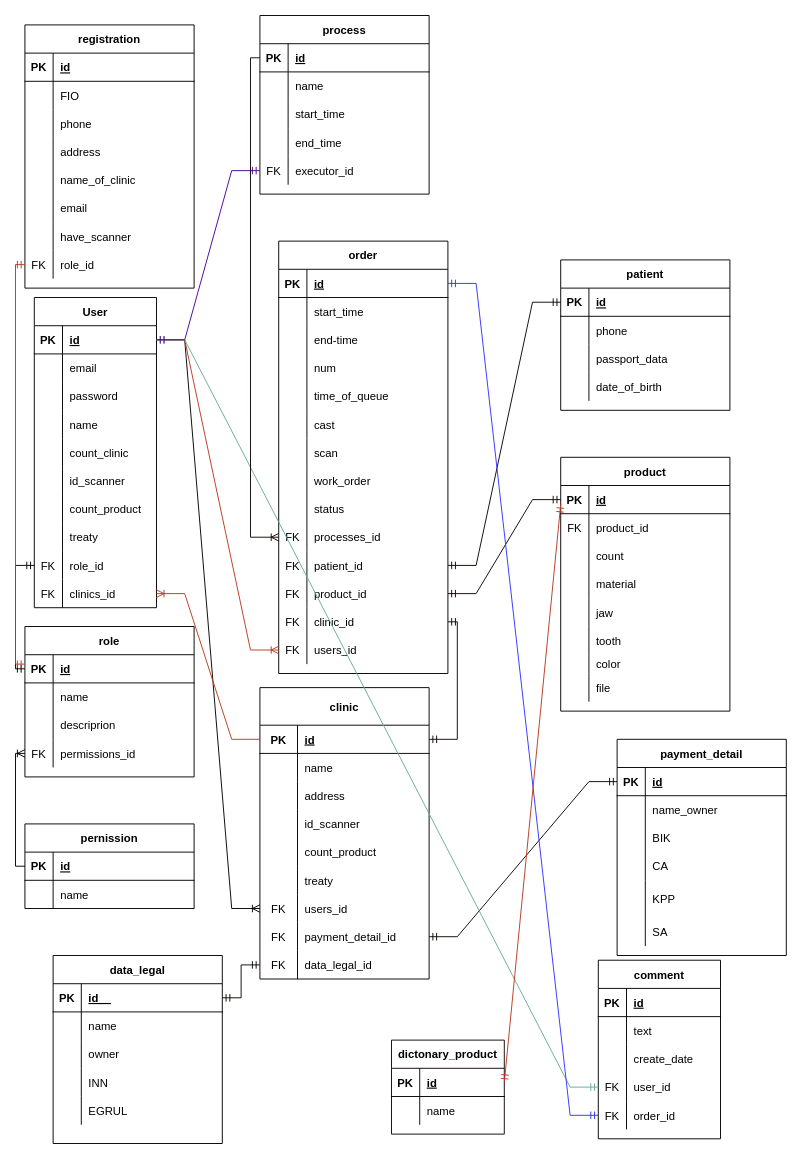
This is Untitled Diagram.drawio from matveyakulov/TestTasks, a draw.io file, before an edit. Source tidied: cells renumbered, new cells numbered last; positions are measured from the earlier drawing's top-left corner, leaving out a move shared by most shapes. Both pictures are drawn from the tidied source at 94%, with x=0, y=0 at pixel (24, 15).
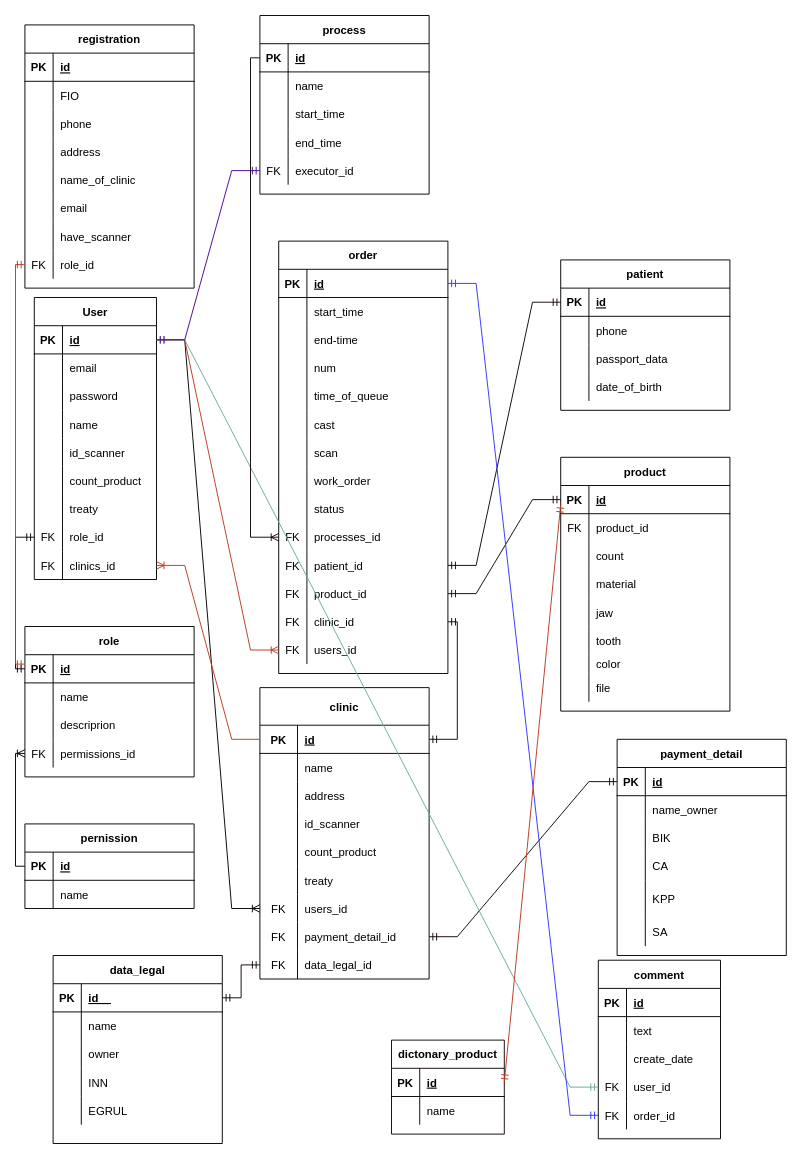
The same diagram, later.

What changed in the source:
```diff
@@
     <mxCell id="2" value="User" style="shape=table;startSize=30;childLayout=tableLayout;rowLines=0;fontStyle=1;align=center;" parent="1" vertex="1">
-      <mxGeometry x="10" y="300" width="130" height="330" as="geometry" />
+      <mxGeometry x="10" y="300" width="130" height="300" as="geometry" />
     </mxCell>
@@
-    <mxCell id="15" style="shape=tableRow;horizontal=0;startSize=0;swimlaneHead=0;swimlaneBody=0;fillColor=none;top=0;left=0;right=0;bottom=0;" parent="2" vertex="1">
-      <mxGeometry y="150" width="130" height="30" as="geometry" />
-    </mxCell>
-    <mxCell id="16" style="shape=partialRectangle;fillColor=none;top=0;left=0;bottom=0;right=0;overflow=hidden;" parent="15" vertex="1">
-      <mxGeometry width="30" height="30" as="geometry" />
-    </mxCell>
-    <mxCell id="17" value="count_clinic" style="shape=partialRectangle;fillColor=none;top=0;left=0;bottom=0;right=0;align=left;spacingLeft=6;overflow=hidden;" parent="15" vertex="1">
-      <mxGeometry x="30" width="100" height="30" as="geometry" />
-    </mxCell>
     <mxCell id="18" style="shape=tableRow;horizontal=0;startSize=0;swimlaneHead=0;swimlaneBody=0;fillColor=none;top=0;left=0;right=0;bottom=0;" parent="2" vertex="1">
-      <mxGeometry y="180" width="130" height="30" as="geometry" />
+      <mxGeometry y="150" width="130" height="30" as="geometry" />
     </mxCell>
@@
     <mxCell id="21" style="shape=tableRow;horizontal=0;startSize=0;swimlaneHead=0;swimlaneBody=0;fillColor=none;top=0;left=0;right=0;bottom=0;" parent="2" vertex="1">
-      <mxGeometry y="210" width="130" height="30" as="geometry" />
+      <mxGeometry y="180" width="130" height="30" as="geometry" />
     </mxCell>
@@
     <mxCell id="24" style="shape=tableRow;horizontal=0;startSize=0;swimlaneHead=0;swimlaneBody=0;fillColor=none;top=0;left=0;right=0;bottom=0;" parent="2" vertex="1">
-      <mxGeometry y="240" width="130" height="30" as="geometry" />
+      <mxGeometry y="210" width="130" height="30" as="geometry" />
     </mxCell>
@@
     <mxCell id="27" style="shape=tableRow;horizontal=0;startSize=0;swimlaneHead=0;swimlaneBody=0;fillColor=none;points=[[0,0.5],[1,0.5]];portConstraint=eastwest;top=0;left=0;right=0;bottom=0;" parent="2" vertex="1">
-      <mxGeometry y="270" width="130" height="30" as="geometry" />
+      <mxGeometry y="240" width="130" height="30" as="geometry" />
     </mxCell>
@@
     <mxCell id="30" style="shape=tableRow;horizontal=0;startSize=0;swimlaneHead=0;swimlaneBody=0;fillColor=none;points=[[0,0.5],[1,0.5]];portConstraint=eastwest;top=0;left=0;right=0;bottom=0;" parent="2" vertex="1">
-      <mxGeometry y="300" width="130" height="30" as="geometry" />
+      <mxGeometry y="270" width="130" height="30" as="geometry" />
     </mxCell>
```
